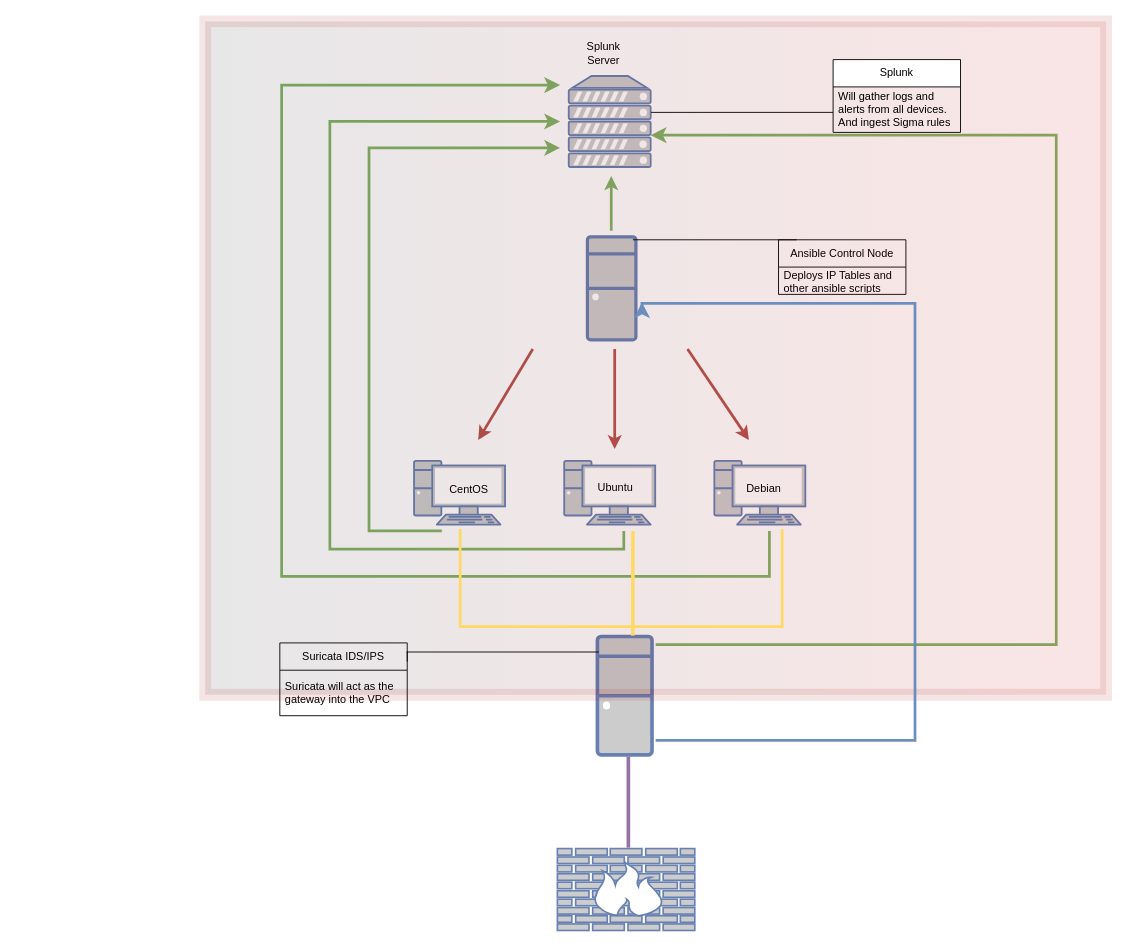
The draw.io diagram Lab Diagram.drawio in datboyblu3/TrainingGrounds, before the edit. Source tidied: cells renumbered, new cells numbered last; positions are measured from the earlier drawing's top-left corner, leaving out a move shared by most shapes. Both pictures are drawn from the tidied source at 91%, with x=0, y=0 at pixel (15, 21).
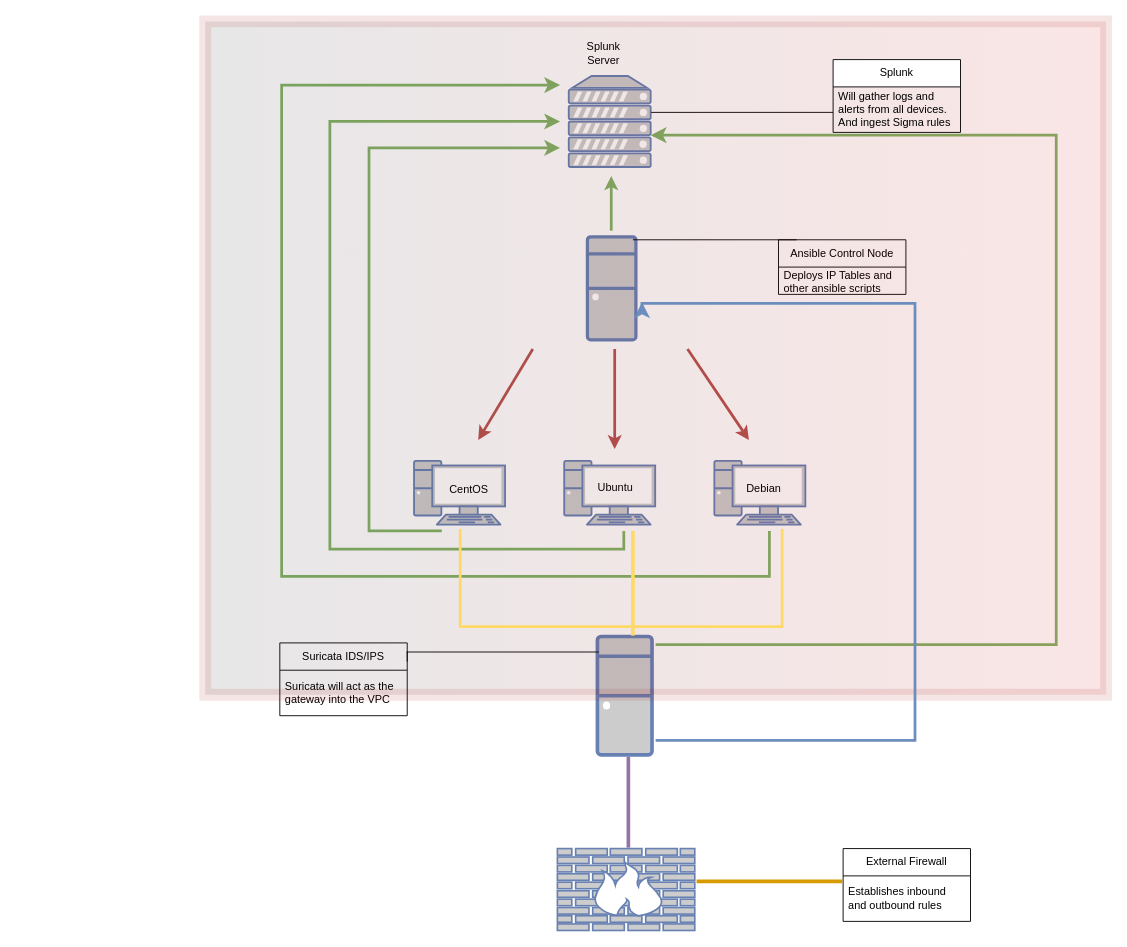
The same diagram, later.

Change to the diagram source:
```diff
@@
+    <mxCell id="39" value="External Firewall" style="swimlane;fontStyle=0;horizontal=1;startSize=30;whiteSpace=wrap;html=1;" parent="1" vertex="1">
+      <mxGeometry x="909" y="909" width="140" height="80" as="geometry" />
+    </mxCell>
+    <mxCell id="40" value="Establishes inbound and outbound rules" style="text;strokeColor=none;fillColor=none;align=left;verticalAlign=middle;spacingLeft=4;spacingRight=4;overflow=hidden;whiteSpace=wrap;html=1;" parent="39" vertex="1">
+      <mxGeometry y="30" width="140" height="50" as="geometry" />
+    </mxCell>
+    <mxCell id="41" style="line;strokeWidth=4;html=1;perimeter=backbonePerimeter;fillColor=#ffe6cc;strokeColor=#d79b00;" parent="1" vertex="1">
+      <mxGeometry x="748" y="940" width="160" height="10" as="geometry" />
+    </mxCell>
```
